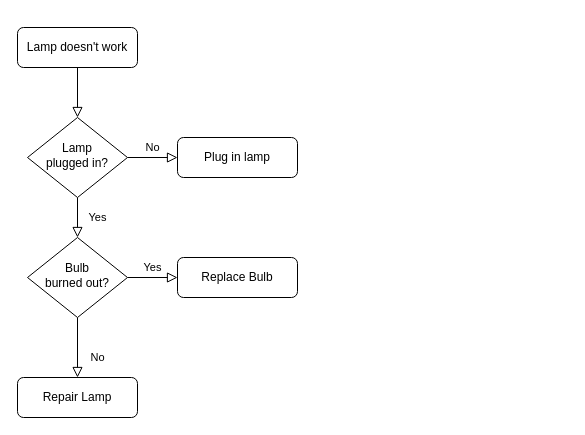
This is Untitled Diagram.drawio from ZihaoLiuLeo/BattleTank, a draw.io file, before an edit. Source tidied: cells renumbered, new cells numbered last; positions are measured from the earlier drawing's top-left corner, leaving out a move shared by most shapes. Both pictures are drawn from the tidied source at 100%, with x=0, y=0 at pixel (17, 27).
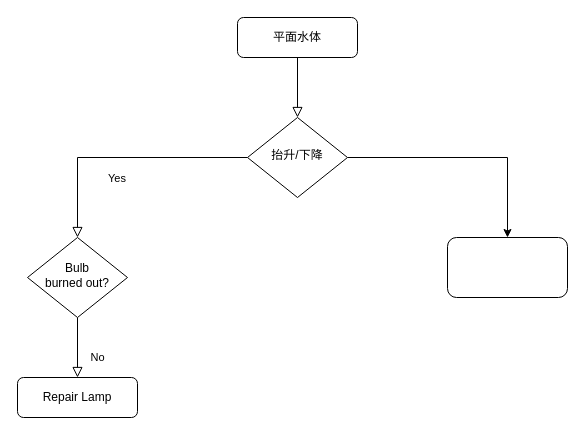
After the change.

The edit, as a diff of the source:
```diff
@@
 <mxGraphModel>
   <root>
     <mxCell id="0" />
     <mxCell id="1" parent="0" />
     <mxCell id="2" style="rounded=0;html=1;jettySize=auto;fontSize=11;endArrow=block;endFill=0;endSize=8;strokeWidth=1;shadow=0;labelBackgroundColor=none;edgeStyle=orthogonalEdgeStyle;" parent="1" edge="1" source="3" target="6">
       <mxGeometry relative="1" as="geometry" />
     </mxCell>
-    <mxCell id="3" value="Lamp doesn't work" style="rounded=1;whiteSpace=wrap;html=1;fontSize=12;glass=0;strokeWidth=1;shadow=0;" parent="1" vertex="1">
-      <mxGeometry width="120" height="40" as="geometry" />
+    <mxCell id="3" value="平面水体" style="rounded=1;whiteSpace=wrap;html=1;fontSize=12;glass=0;strokeWidth=1;shadow=0;" parent="1" vertex="1">
+      <mxGeometry x="220" y="-10" width="120" height="40" as="geometry" />
     </mxCell>
-    <mxCell id="4" value="Yes" style="rounded=0;html=1;jettySize=auto;fontSize=11;endArrow=block;endFill=0;endSize=8;strokeWidth=1;shadow=0;labelBackgroundColor=none;edgeStyle=orthogonalEdgeStyle;" parent="1" edge="1" source="6" target="10">
-      <mxGeometry y="20" relative="1" as="geometry" />
+    <mxCell id="4" value="Yes" style="rounded=0;jettySize=auto;fontSize=11;endArrow=block;endFill=0;endSize=8;strokeWidth=1;shadow=0;labelBackgroundColor=none;edgeStyle=orthogonalEdgeStyle;" parent="1" edge="1" source="6" target="10">
+      <mxGeometry x="0.04" y="20" relative="1" as="geometry" />
     </mxCell>
-    <mxCell id="5" value="No" style="edgeStyle=orthogonalEdgeStyle;rounded=0;html=1;jettySize=auto;fontSize=11;endArrow=block;endFill=0;endSize=8;strokeWidth=1;shadow=0;labelBackgroundColor=none;" parent="1" edge="1" source="6" target="7">
-      <mxGeometry y="10" relative="1" as="geometry" />
-    </mxCell>
+    <mxCell id="13" style="edgeStyle=orthogonalEdgeStyle;rounded=0;jettySize=auto;html=1;" parent="1" edge="1" source="6" target="14">
+      <mxGeometry relative="1" as="geometry" />
+    </mxCell>
-    <mxCell id="6" value="Lamp&lt;br&gt;plugged in?" style="rhombus;whiteSpace=wrap;html=1;shadow=0;fontFamily=Helvetica;fontSize=12;align=center;strokeWidth=1;spacing=6;spacingTop=-4;" parent="1" vertex="1">
-      <mxGeometry x="10" y="90" width="100" height="80" as="geometry" />
+    <mxCell id="6" value="抬升/下降" style="rhombus;whiteSpace=wrap;html=1;shadow=0;fontFamily=Helvetica;fontSize=12;align=center;strokeWidth=1;spacing=6;spacingTop=-4;" parent="1" vertex="1">
+      <mxGeometry x="230" y="90" width="100" height="80" as="geometry" />
     </mxCell>
-    <mxCell id="7" value="Plug in lamp" style="rounded=1;whiteSpace=wrap;html=1;fontSize=12;glass=0;strokeWidth=1;shadow=0;" parent="1" vertex="1">
-      <mxGeometry x="160" y="110" width="120" height="40" as="geometry" />
-    </mxCell>
     <mxCell id="8" value="No" style="rounded=0;html=1;jettySize=auto;fontSize=11;endArrow=block;endFill=0;endSize=8;strokeWidth=1;shadow=0;labelBackgroundColor=none;edgeStyle=orthogonalEdgeStyle;" parent="1" edge="1" source="10" target="11">
       <mxGeometry x="0.33" y="20" relative="1" as="geometry" />
     </mxCell>
-    <mxCell id="9" value="Yes" style="edgeStyle=orthogonalEdgeStyle;rounded=0;html=1;jettySize=auto;fontSize=11;endArrow=block;endFill=0;endSize=8;strokeWidth=1;shadow=0;labelBackgroundColor=none;" parent="1" edge="1" source="10" target="12">
-      <mxGeometry y="10" relative="1" as="geometry" />
-    </mxCell>
     <mxCell id="10" value="Bulb&lt;br&gt;burned out?" style="rhombus;whiteSpace=wrap;html=1;shadow=0;fontFamily=Helvetica;fontSize=12;align=center;strokeWidth=1;spacing=6;spacingTop=-4;" parent="1" vertex="1">
       <mxGeometry x="10" y="210" width="100" height="80" as="geometry" />
     </mxCell>
     <mxCell id="11" value="Repair Lamp" style="rounded=1;whiteSpace=wrap;html=1;fontSize=12;glass=0;strokeWidth=1;shadow=0;" parent="1" vertex="1">
       <mxGeometry y="350" width="120" height="40" as="geometry" />
     </mxCell>
-    <mxCell id="12" value="Replace Bulb" style="rounded=1;whiteSpace=wrap;html=1;fontSize=12;glass=0;strokeWidth=1;shadow=0;" parent="1" vertex="1">
-      <mxGeometry x="160" y="230" width="120" height="40" as="geometry" />
-    </mxCell>
+    <mxCell id="14" style="rounded=1;whiteSpace=wrap;html=1;shadow=0;strokeWidth=1;spacing=6;spacingTop=-4;" parent="1" vertex="1">
+      <mxGeometry x="430" y="210" width="120" height="60" as="geometry" />
+    </mxCell>
   </root>
 </mxGraphModel>
```
